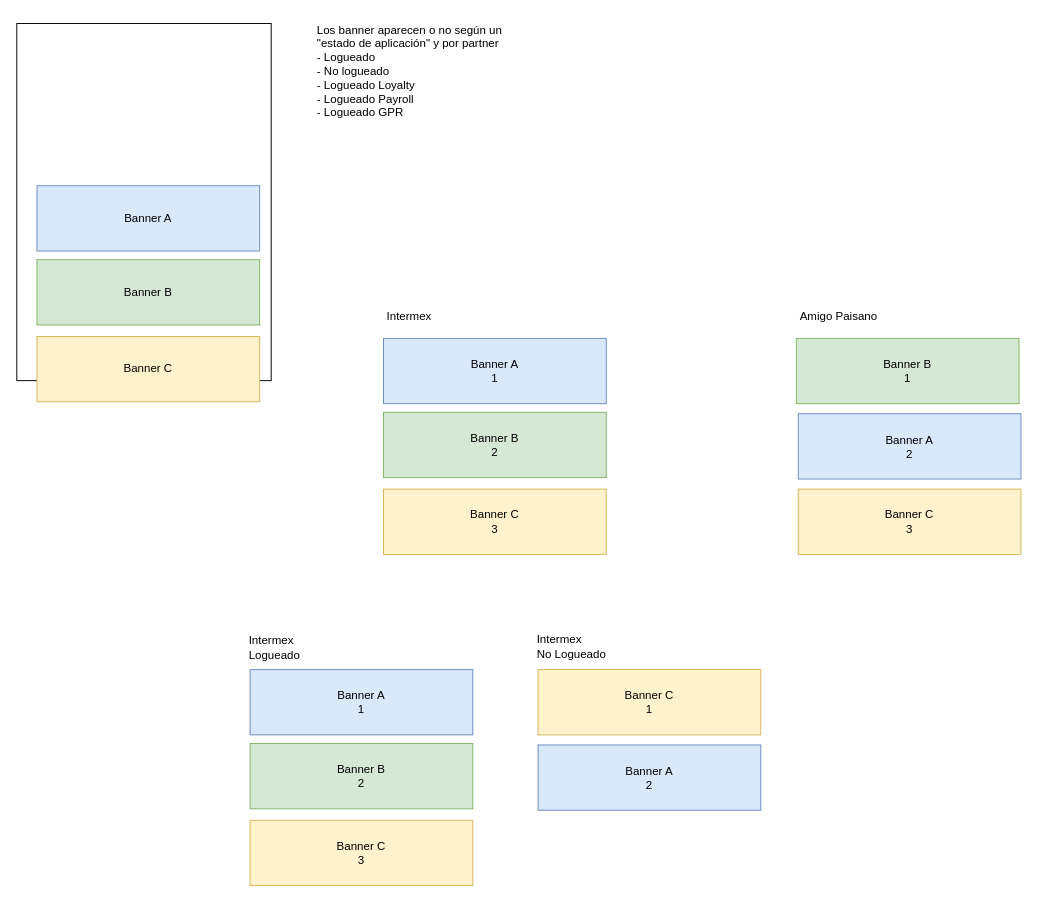
notariopablomarcelo/intermex keeps this draw.io diagram as Banners.drawio. Above is the earlier version. Source tidied: cells renumbered, new cells numbered last; positions are measured from the earlier drawing's top-left corner, leaving out a move shared by most shapes. Both pictures are drawn from the tidied source at 96%, with x=0, y=0 at pixel (16, 16).
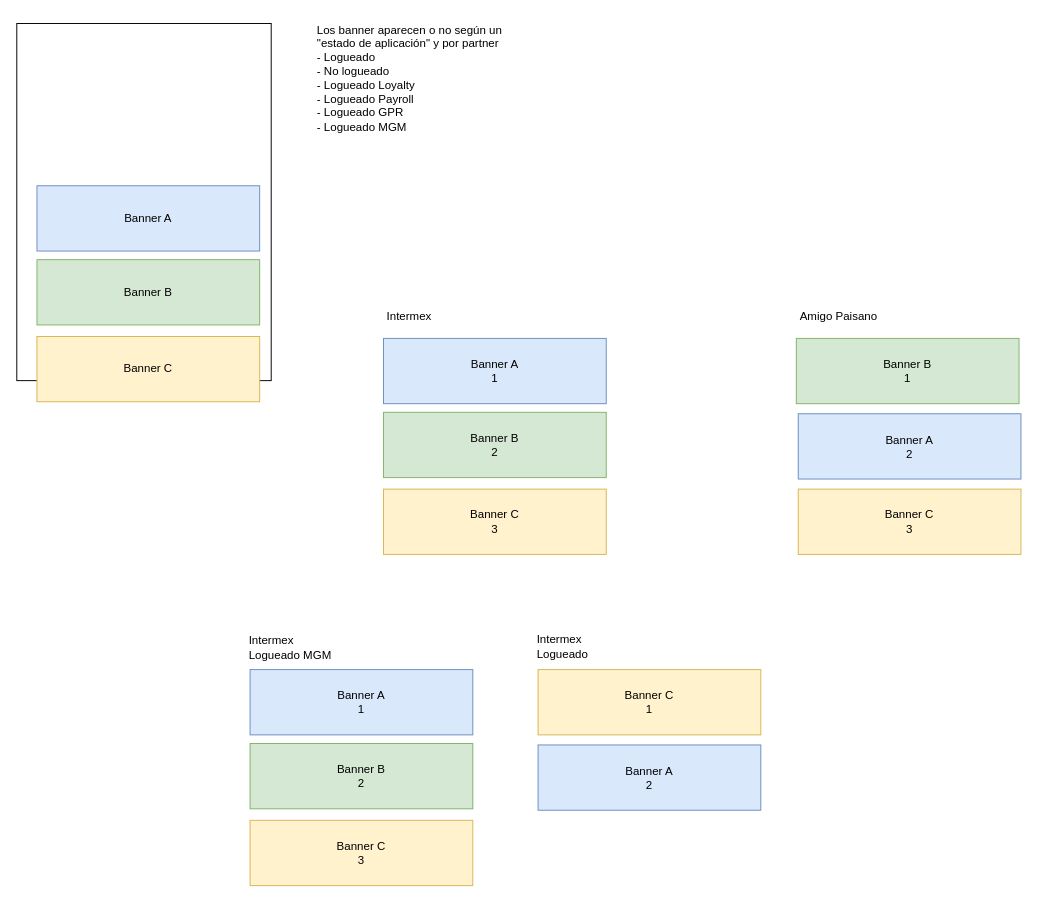
The same page after the edit.

What changed in the source:
```diff
@@
-    <mxCell id="3" value="Los banner aparecen o no según un &quot;estado de aplicación&quot; y por partner&lt;br&gt;- Logueado&lt;br&gt;- No logueado&lt;br&gt;- Logueado Loyalty&lt;br&gt;- Logueado Payroll&lt;br&gt;- Logueado GPR" style="text;html=1;strokeColor=none;fillColor=none;align=left;verticalAlign=top;whiteSpace=wrap;rounded=0;" parent="1" vertex="1">
+    <mxCell id="3" value="Los banner aparecen o no según un &quot;estado de aplicación&quot; y por partner&lt;br&gt;- Logueado&lt;br&gt;- No logueado&lt;br&gt;- Logueado Loyalty&lt;br&gt;- Logueado Payroll&lt;br&gt;- Logueado GPR&lt;br&gt;- Logueado MGM" style="text;html=1;strokeColor=none;fillColor=none;align=left;verticalAlign=top;whiteSpace=wrap;rounded=0;" parent="1" vertex="1">
       <mxGeometry x="311" width="196" height="239" as="geometry" />
     </mxCell>
@@
-    <mxCell id="21" value="Intermex&lt;br&gt;Logueado" style="text;html=1;strokeColor=none;fillColor=none;align=left;verticalAlign=middle;whiteSpace=wrap;rounded=0;" parent="1" vertex="1">
-      <mxGeometry x="240" y="642" width="60" height="30" as="geometry" />
+    <mxCell id="21" value="Intermex&lt;br&gt;Logueado MGM" style="text;html=1;strokeColor=none;fillColor=none;align=left;verticalAlign=middle;whiteSpace=wrap;rounded=0;" parent="1" vertex="1">
+      <mxGeometry x="240" y="642" width="117" height="30" as="geometry" />
     </mxCell>
-    <mxCell id="22" value="Intermex&lt;br&gt;No Logueado" style="text;html=1;strokeColor=none;fillColor=none;align=left;verticalAlign=middle;whiteSpace=wrap;rounded=0;" parent="1" vertex="1">
+    <mxCell id="22" value="Intermex&lt;br&gt;Logueado" style="text;html=1;strokeColor=none;fillColor=none;align=left;verticalAlign=middle;whiteSpace=wrap;rounded=0;" parent="1" vertex="1">
       <mxGeometry x="540" y="641" width="158" height="30" as="geometry" />
     </mxCell>
```
